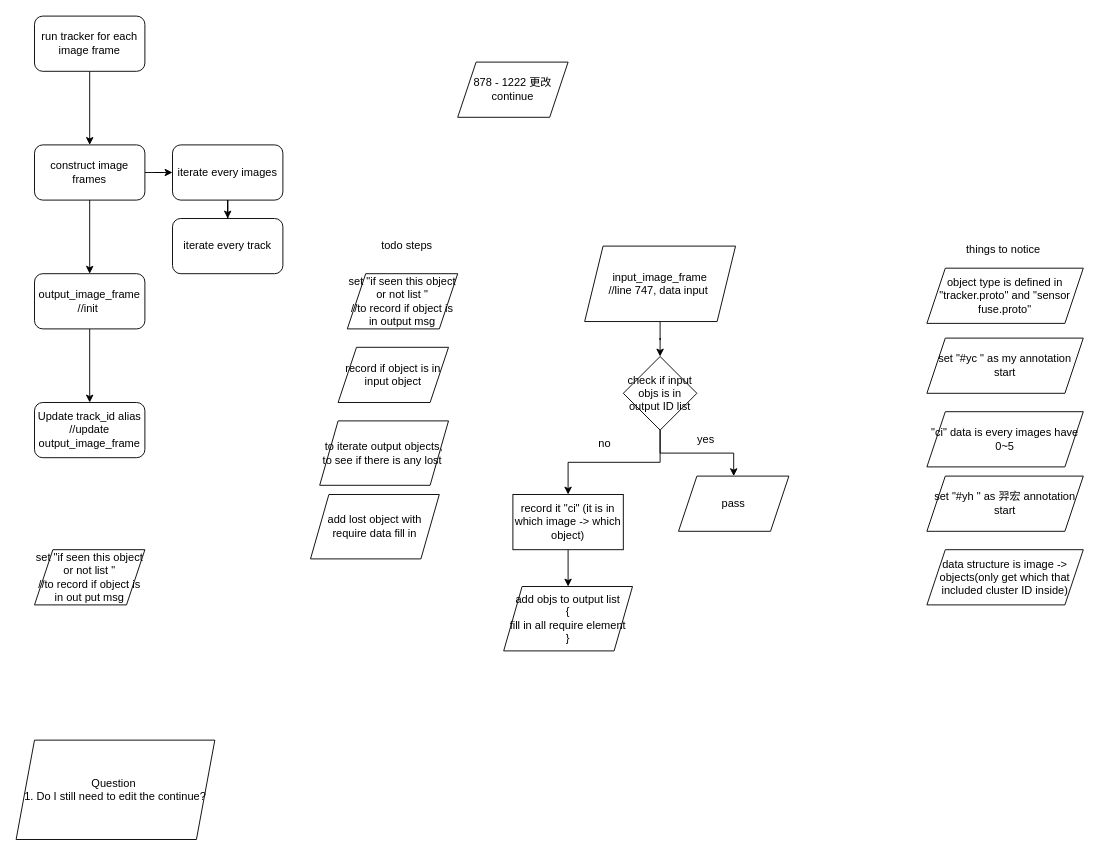
The draw.io diagram deepsort_tracker.drawio in YueChuCheng/Wayside_draw, before the edit. Source tidied: cells renumbered, new cells numbered last; positions are measured from the earlier drawing's top-left corner, leaving out a move shared by most shapes. Both pictures are drawn from the tidied source at 92%, with x=0, y=0 at pixel (16, 16).
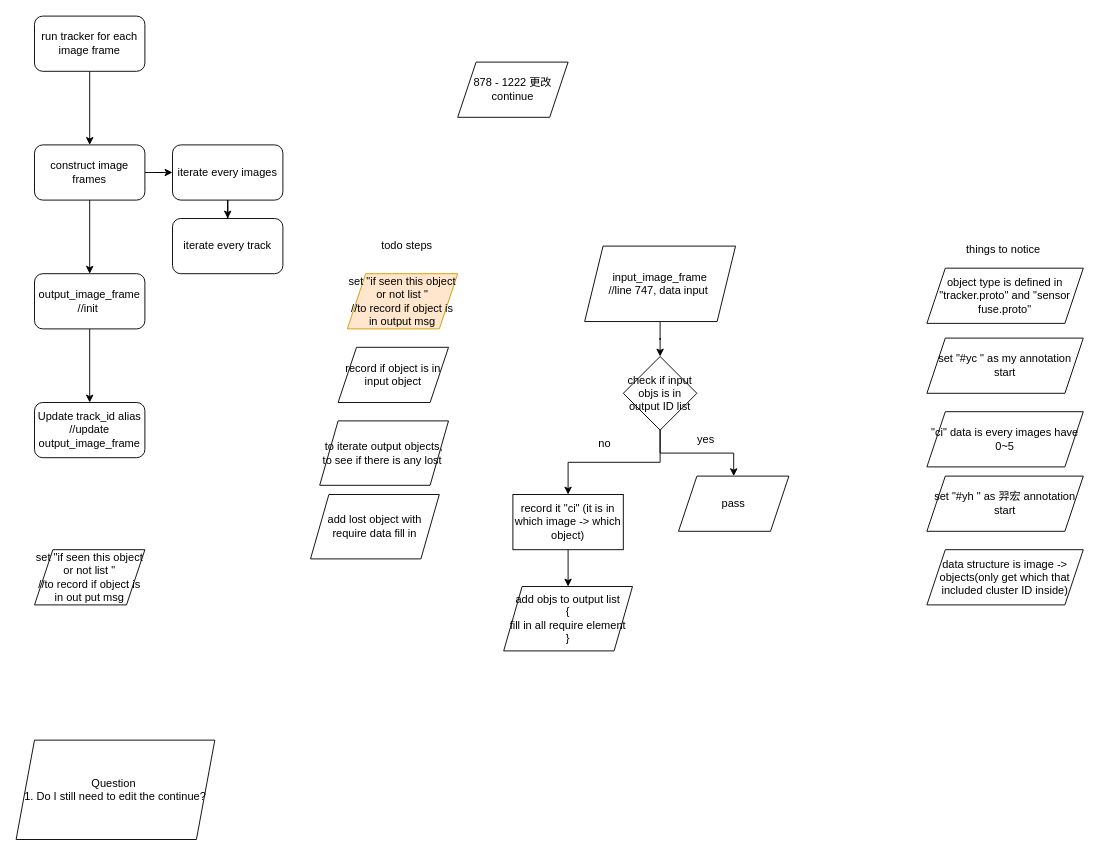
Above is the later version.

Diff of the diagram source:
```diff
@@
-    <mxCell id="21" value="set &quot;if seen this object or not list &quot;&lt;br&gt;//to record if object is in output msg" style="shape=parallelogram;perimeter=parallelogramPerimeter;whiteSpace=wrap;html=1;fixedSize=1;" parent="1" vertex="1">
+    <mxCell id="21" value="set &quot;if seen this object or not list &quot;&lt;br&gt;//to record if object is in output msg" style="shape=parallelogram;perimeter=parallelogramPerimeter;whiteSpace=wrap;html=1;fixedSize=1;fillColor=#ffe6cc;strokeColor=#d79b00;" parent="1" vertex="1">
       <mxGeometry x="360" y="280" width="120" height="60" as="geometry" />
     </mxCell>
```
